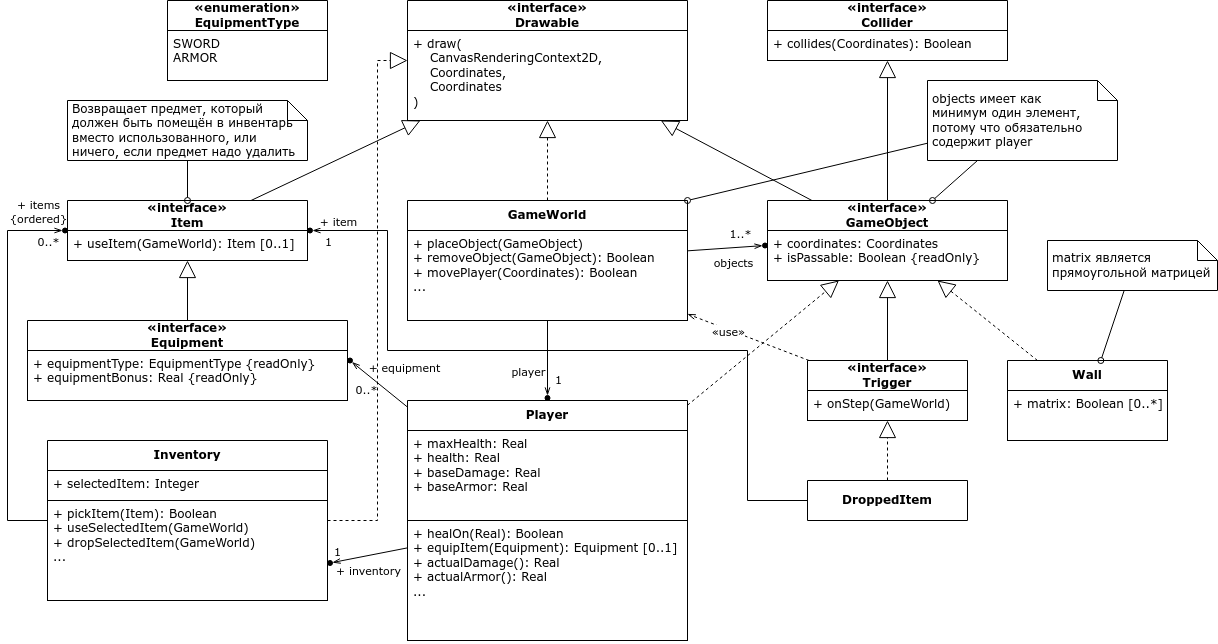
Before: uml/game_logic_classes.drawio.png, a diagram exported from draw.io (ProgMiner/Lab_SoftwareDevelopment). Source tidied: cells renumbered, new cells last; positions are measured from the earlier drawing's top-left corner, leaving out a move shared by most shapes.
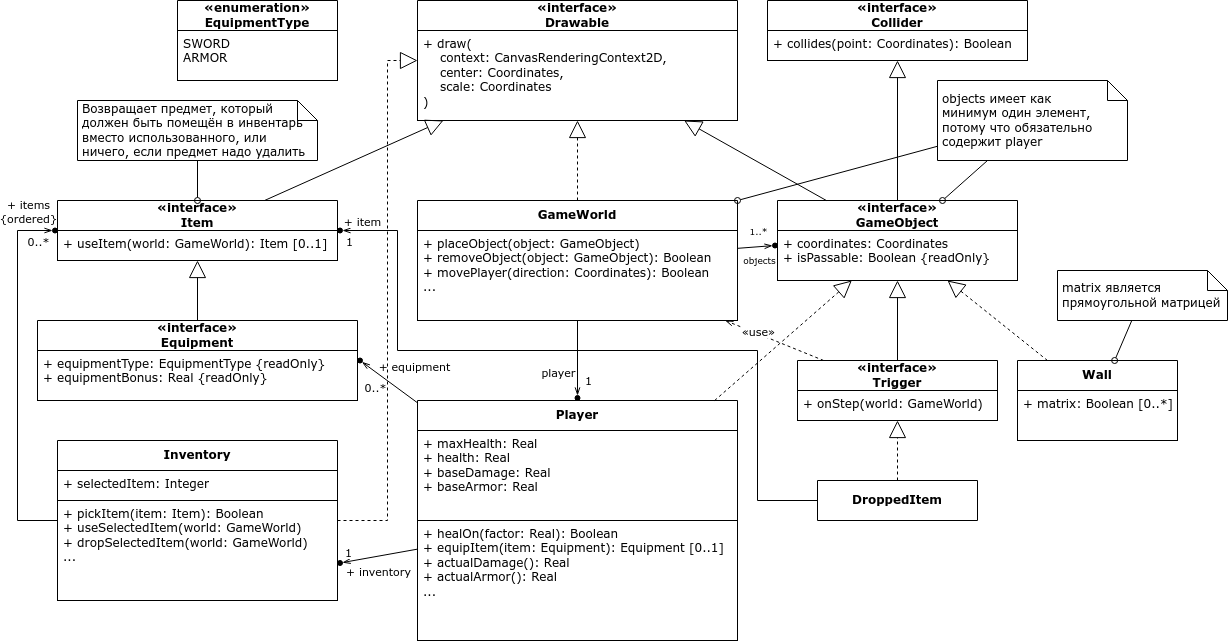
Above is the later version.

Commit message:
Add world generator class diagram

Diff of the diagram source:
```diff
@@ -3,16 +3,16 @@
     <mxCell id="0" />
     <mxCell id="1" parent="0" />
     <mxCell id="2" value="«interface»&lt;br&gt;Drawable" style="swimlane;fontStyle=1;align=center;verticalAlign=middle;horizontal=1;startSize=30;whiteSpace=wrap;html=1;fillColor=default;" parent="1" vertex="1">
-      <mxGeometry x="400" width="280" height="120" as="geometry" />
+      <mxGeometry x="400" width="320" height="120" as="geometry" />
     </mxCell>
-    <mxCell id="3" value="+&amp;nbsp;draw(&lt;br&gt;&lt;span style=&quot;background-color: initial;&quot;&gt;&amp;nbsp; &amp;nbsp; CanvasRenderingContext2D,&lt;br&gt;&amp;nbsp; &amp;nbsp;&amp;nbsp;&lt;/span&gt;&lt;span style=&quot;background-color: initial;&quot;&gt;Coordinates,&lt;br&gt;&amp;nbsp; &amp;nbsp;&amp;nbsp;&lt;/span&gt;&lt;span style=&quot;background-color: initial;&quot;&gt;Coordinates&lt;br&gt;&lt;/span&gt;&lt;span style=&quot;background-color: initial;&quot;&gt;)&lt;/span&gt;&lt;span style=&quot;background-color: initial;&quot;&gt;&lt;br&gt;&lt;/span&gt;" style="text;strokeColor=default;fillColor=default;align=left;verticalAlign=top;spacingLeft=4;spacingRight=4;overflow=hidden;whiteSpace=wrap;html=1;" parent="2" vertex="1">
-      <mxGeometry y="30" width="280" height="90" as="geometry" />
+    <mxCell id="3" value="+&amp;nbsp;draw(&lt;br&gt;&lt;span style=&quot;background-color: initial;&quot;&gt;&amp;nbsp; &amp;nbsp; context: CanvasRenderingContext2D,&lt;br&gt;&amp;nbsp; &amp;nbsp; center:&amp;nbsp;&lt;/span&gt;&lt;span style=&quot;background-color: initial;&quot;&gt;Coordinates,&lt;br&gt;&amp;nbsp; &amp;nbsp; scale:&amp;nbsp;&lt;/span&gt;&lt;span style=&quot;background-color: initial;&quot;&gt;Coordinates&lt;br&gt;&lt;/span&gt;&lt;span style=&quot;background-color: initial;&quot;&gt;)&lt;/span&gt;&lt;span style=&quot;background-color: initial;&quot;&gt;&lt;br&gt;&lt;/span&gt;" style="text;strokeColor=default;fillColor=default;align=left;verticalAlign=top;spacingLeft=4;spacingRight=4;overflow=hidden;whiteSpace=wrap;html=1;" parent="2" vertex="1">
+      <mxGeometry y="30" width="320" height="90" as="geometry" />
     </mxCell>
     <mxCell id="4" value="«interface»&lt;br&gt;Collider" style="swimlane;fontStyle=1;align=center;verticalAlign=middle;horizontal=1;startSize=30;whiteSpace=wrap;html=1;fillColor=default;" parent="1" vertex="1">
-      <mxGeometry x="760" width="240" height="60" as="geometry" />
+      <mxGeometry x="750" width="260" height="60" as="geometry" />
     </mxCell>
-    <mxCell id="5" value="+&amp;nbsp;collides(Coordinates): Boolean" style="text;strokeColor=default;fillColor=default;align=left;verticalAlign=top;spacingLeft=4;spacingRight=4;overflow=hidden;whiteSpace=wrap;html=1;" parent="4" vertex="1">
-      <mxGeometry y="30" width="240" height="30" as="geometry" />
+    <mxCell id="5" value="+&amp;nbsp;collides(point: Coordinates): Boolean" style="text;strokeColor=default;fillColor=default;align=left;verticalAlign=top;spacingLeft=4;spacingRight=4;overflow=hidden;whiteSpace=wrap;html=1;" parent="4" vertex="1">
+      <mxGeometry y="30" width="260" height="30" as="geometry" />
     </mxCell>
     <mxCell id="6" value="«interface»&lt;br&gt;GameObject" style="swimlane;fontStyle=1;align=center;verticalAlign=middle;horizontal=1;startSize=30;whiteSpace=wrap;html=1;fillColor=default;" parent="1" vertex="1">
       <mxGeometry x="760" y="200" width="240" height="80" as="geometry" />
@@ -27,10 +27,10 @@
       <mxGeometry relative="1" as="geometry" />
     </mxCell>
     <mxCell id="10" value="GameWorld" style="swimlane;fontStyle=1;align=center;verticalAlign=middle;horizontal=1;startSize=30;whiteSpace=wrap;html=1;fillColor=default;" parent="1" vertex="1">
-      <mxGeometry x="400" y="200" width="280" height="120" as="geometry" />
+      <mxGeometry x="400" y="200" width="320" height="120" as="geometry" />
     </mxCell>
-    <mxCell id="11" value="+ placeObject(GameObject)&lt;br&gt;+ removeObject(GameObject): Boolean&lt;br&gt;+ movePlayer(Coordinates): Boolean&lt;br&gt;..." style="text;strokeColor=default;fillColor=default;align=left;verticalAlign=top;spacingLeft=4;spacingRight=4;overflow=hidden;whiteSpace=wrap;html=1;" parent="10" vertex="1">
-      <mxGeometry y="30" width="280" height="90" as="geometry" />
+    <mxCell id="11" value="+ placeObject(object: GameObject)&lt;br&gt;+ removeObject(object: GameObject): Boolean&lt;br&gt;+ movePlayer(direction: Coordinates): Boolean&lt;br&gt;..." style="text;strokeColor=default;fillColor=default;align=left;verticalAlign=top;spacingLeft=4;spacingRight=4;overflow=hidden;whiteSpace=wrap;html=1;" parent="10" vertex="1">
+      <mxGeometry y="30" width="320" height="90" as="geometry" />
     </mxCell>
     <mxCell id="12" style="endArrow=block;html=1;rounded=0;endFill=0;endSize=15;dashed=1;" parent="1" edge="1" source="10" target="2">
       <mxGeometry relative="1" as="geometry" />
@@ -38,33 +38,33 @@
     <mxCell id="13" style="endArrow=openThin;html=1;rounded=0;endFill=0;" parent="1" edge="1" source="10" target="16">
       <mxGeometry relative="1" as="geometry" />
     </mxCell>
-    <mxCell id="14" value="1..*" style="edgeLabel;html=1;align=center;verticalAlign=middle;" parent="13" vertex="1">
+    <mxCell id="14" value="1..*" style="edgeLabel;html=1;align=center;verticalAlign=middle;fontSize=9;" parent="13" vertex="1">
       <mxGeometry x="0.24" y="-1" relative="1" as="geometry">
-        <mxPoint x="6" y="-16" as="offset" />
+        <mxPoint x="-2" y="-16" as="offset" />
       </mxGeometry>
     </mxCell>
-    <mxCell id="15" value="objects" style="edgeLabel;html=1;align=center;verticalAlign=middle;" parent="13" vertex="1">
+    <mxCell id="15" value="objects" style="edgeLabel;html=1;align=center;verticalAlign=middle;fontSize=9;" parent="13" vertex="1">
       <mxGeometry x="0.4" y="1" relative="1" as="geometry">
-        <mxPoint x="-8" y="16" as="offset" />
+        <mxPoint x="-4" y="15" as="offset" />
       </mxGeometry>
     </mxCell>
     <mxCell id="16" style="ellipse;whiteSpace=wrap;html=1;fillColor=#000000;" parent="1" vertex="1">
       <mxGeometry x="755" y="242.5" width="5" height="5" as="geometry" />
     </mxCell>
     <mxCell id="17" value="«interface»&lt;br&gt;Trigger" style="swimlane;fontStyle=1;align=center;verticalAlign=middle;horizontal=1;startSize=30;whiteSpace=wrap;html=1;fillColor=default;" parent="1" vertex="1">
-      <mxGeometry x="800" y="360" width="160" height="60" as="geometry" />
+      <mxGeometry x="780" y="360" width="200" height="60" as="geometry" />
     </mxCell>
-    <mxCell id="18" value="+ onStep(GameWorld)" style="text;strokeColor=default;fillColor=default;align=left;verticalAlign=top;spacingLeft=4;spacingRight=4;overflow=hidden;whiteSpace=wrap;html=1;" parent="17" vertex="1">
-      <mxGeometry y="30" width="160" height="30" as="geometry" />
+    <mxCell id="18" value="+ onStep(world: GameWorld)" style="text;strokeColor=default;fillColor=default;align=left;verticalAlign=top;spacingLeft=4;spacingRight=4;overflow=hidden;whiteSpace=wrap;html=1;" parent="17" vertex="1">
+      <mxGeometry y="30" width="200" height="30" as="geometry" />
     </mxCell>
     <mxCell id="19" value="Player" style="swimlane;fontStyle=1;align=center;verticalAlign=middle;horizontal=1;startSize=30;whiteSpace=wrap;html=1;fillColor=default;" parent="1" vertex="1">
-      <mxGeometry x="400" y="400" width="280" height="240" as="geometry" />
+      <mxGeometry x="400" y="400" width="320" height="240" as="geometry" />
     </mxCell>
     <mxCell id="20" value="+ maxHealth: Real&lt;br&gt;+ health: Real&lt;br&gt;+ baseDamage: Real&lt;br&gt;+ baseArmor: Real" style="text;strokeColor=default;fillColor=default;align=left;verticalAlign=top;spacingLeft=4;spacingRight=4;overflow=hidden;whiteSpace=wrap;html=1;" parent="19" vertex="1">
-      <mxGeometry y="30" width="280" height="90" as="geometry" />
+      <mxGeometry y="30" width="320" height="90" as="geometry" />
     </mxCell>
-    <mxCell id="21" value="+ healOn(Real): Boolean&lt;br&gt;+ equipItem(Equipment): Equipment [0..1]&lt;br&gt;+ actualDamage(): Real&lt;br&gt;+ actualArmor(): Real&lt;br&gt;..." style="text;strokeColor=default;fillColor=default;align=left;verticalAlign=top;spacingLeft=4;spacingRight=4;overflow=hidden;whiteSpace=wrap;html=1;" parent="19" vertex="1">
-      <mxGeometry y="120" width="280" height="120" as="geometry" />
+    <mxCell id="21" value="+ healOn(factor: Real): Boolean&lt;br&gt;+ equipItem(item: Equipment): Equipment [0..1]&lt;br&gt;+ actualDamage(): Real&lt;br&gt;+ actualArmor(): Real&lt;br&gt;..." style="text;strokeColor=default;fillColor=default;align=left;verticalAlign=top;spacingLeft=4;spacingRight=4;overflow=hidden;whiteSpace=wrap;html=1;" parent="19" vertex="1">
+      <mxGeometry y="120" width="320" height="120" as="geometry" />
     </mxCell>
     <mxCell id="22" style="endArrow=openThin;html=1;rounded=0;endFill=0;" parent="1" edge="1" source="10" target="25">
       <mxGeometry relative="1" as="geometry" />
@@ -80,7 +80,7 @@
       </mxGeometry>
     </mxCell>
     <mxCell id="25" style="ellipse;whiteSpace=wrap;html=1;fillColor=#000000;" parent="1" vertex="1">
-      <mxGeometry x="537.5" y="395" width="5" height="5" as="geometry" />
+      <mxGeometry x="557.5" y="395" width="5" height="5" as="geometry" />
     </mxCell>
     <mxCell id="26" style="endArrow=block;html=1;rounded=0;endFill=0;endSize=15;" parent="1" edge="1" source="17" target="6">
       <mxGeometry relative="1" as="geometry" />
@@ -90,7 +90,7 @@
     </mxCell>
     <mxCell id="28" value="«use»" style="edgeLabel;html=1;align=center;verticalAlign=middle;" parent="27" vertex="1">
       <mxGeometry x="0.24" y="-1" relative="1" as="geometry">
-        <mxPoint x="-6" as="offset" />
+        <mxPoint x="-6" y="-4" as="offset" />
       </mxGeometry>
     </mxCell>
     <mxCell id="29" style="endArrow=block;html=1;rounded=0;endFill=0;endSize=15;dashed=1;" parent="1" edge="1" source="19" target="6">
@@ -106,10 +106,10 @@
       <mxGeometry relative="1" as="geometry" />
     </mxCell>
     <mxCell id="33" value="«interface»&lt;br&gt;Item" style="swimlane;fontStyle=1;align=center;verticalAlign=middle;horizontal=1;startSize=30;whiteSpace=wrap;html=1;fillColor=default;" parent="1" vertex="1">
-      <mxGeometry x="60" y="200" width="240" height="60" as="geometry" />
+      <mxGeometry x="40" y="200" width="280" height="60" as="geometry" />
     </mxCell>
-    <mxCell id="34" value="+ useItem(GameWorld): Item [0..1]" style="text;strokeColor=default;fillColor=default;align=left;verticalAlign=top;spacingLeft=4;spacingRight=4;overflow=hidden;whiteSpace=wrap;html=1;" parent="33" vertex="1">
-      <mxGeometry y="30" width="240" height="30" as="geometry" />
+    <mxCell id="34" value="+ useItem(world: GameWorld): Item [0..1]" style="text;strokeColor=default;fillColor=default;align=left;verticalAlign=top;spacingLeft=4;spacingRight=4;overflow=hidden;whiteSpace=wrap;html=1;" parent="33" vertex="1">
+      <mxGeometry y="30" width="280" height="30" as="geometry" />
     </mxCell>
     <mxCell id="35" style="endArrow=block;html=1;rounded=0;endFill=0;endSize=15;" parent="1" edge="1" source="33" target="2">
       <mxGeometry relative="1" as="geometry" />
@@ -141,7 +141,7 @@
     <mxCell id="44" value="+ selectedItem: Integer" style="text;strokeColor=default;fillColor=default;align=left;verticalAlign=top;spacingLeft=4;spacingRight=4;overflow=hidden;whiteSpace=wrap;html=1;" parent="43" vertex="1">
       <mxGeometry y="30" width="280" height="30" as="geometry" />
     </mxCell>
-    <mxCell id="45" value="+ pickItem(Item): Boolean&lt;br&gt;+ useSelectedItem(GameWorld)&lt;br&gt;+ dropSelectedItem(GameWorld)&lt;br&gt;..." style="text;strokeColor=default;fillColor=default;align=left;verticalAlign=top;spacingLeft=4;spacingRight=4;overflow=hidden;whiteSpace=wrap;html=1;" parent="43" vertex="1">
+    <mxCell id="45" value="+ pickItem(item: Item): Boolean&lt;br&gt;+ useSelectedItem(world: GameWorld)&lt;br&gt;+ dropSelectedItem(world: GameWorld)&lt;br&gt;..." style="text;strokeColor=default;fillColor=default;align=left;verticalAlign=top;spacingLeft=4;spacingRight=4;overflow=hidden;whiteSpace=wrap;html=1;" parent="43" vertex="1">
       <mxGeometry y="60" width="280" height="100" as="geometry" />
     </mxCell>
     <mxCell id="46" style="endArrow=openThin;html=1;rounded=0;endFill=0;" parent="1" edge="1" source="19" target="49">
@@ -186,16 +186,16 @@
     </mxCell>
     <mxCell id="55" value="0..*" style="edgeLabel;html=1;align=center;verticalAlign=middle;" parent="54" vertex="1">
       <mxGeometry x="0.24" y="-1" relative="1" as="geometry">
-        <mxPoint x="39" y="-81" as="offset" />
+        <mxPoint x="19" y="-93" as="offset" />
       </mxGeometry>
     </mxCell>
     <mxCell id="56" value="+ items&lt;br&gt;{ordered}" style="edgeLabel;html=1;align=center;verticalAlign=middle;" parent="54" vertex="1">
       <mxGeometry x="0.4" y="1" relative="1" as="geometry">
-        <mxPoint x="31" y="-80" as="offset" />
+        <mxPoint x="11" y="-94" as="offset" />
       </mxGeometry>
     </mxCell>
     <mxCell id="57" style="ellipse;whiteSpace=wrap;html=1;fillColor=#000000;" parent="1" vertex="1">
-      <mxGeometry x="55" y="227.5" width="5" height="5" as="geometry" />
+      <mxGeometry x="35" y="227.5" width="5" height="5" as="geometry" />
     </mxCell>
     <mxCell id="58" style="endArrow=block;html=1;rounded=0;endFill=0;endSize=15;dashed=1;" parent="1" edge="1" source="43" target="2">
       <mxGeometry relative="1" as="geometry">
@@ -212,7 +212,7 @@
       <mxGeometry y="30" width="160" height="50" as="geometry" />
     </mxCell>
     <mxCell id="61" value="matrix является прямоугольной матрицей" style="shape=note;size=20;whiteSpace=wrap;html=1;align=left;spacing=5;" parent="1" vertex="1">
-      <mxGeometry x="1040" y="240" width="170" height="50" as="geometry" />
+      <mxGeometry x="1040" y="270" width="170" height="50" as="geometry" />
     </mxCell>
     <mxCell id="62" style="endArrow=oval;html=1;rounded=0;endFill=0;" parent="1" edge="1" source="61" target="59">
       <mxGeometry relative="1" as="geometry" />
@@ -247,7 +247,7 @@
       </mxGeometry>
     </mxCell>
     <mxCell id="69" style="ellipse;whiteSpace=wrap;html=1;fillColor=#000000;" parent="1" vertex="1">
-      <mxGeometry x="300" y="227.5" width="5" height="5" as="geometry" />
+      <mxGeometry x="320" y="227.5" width="5" height="5" as="geometry" />
     </mxCell>
   </root>
 </mxGraphModel>
```
